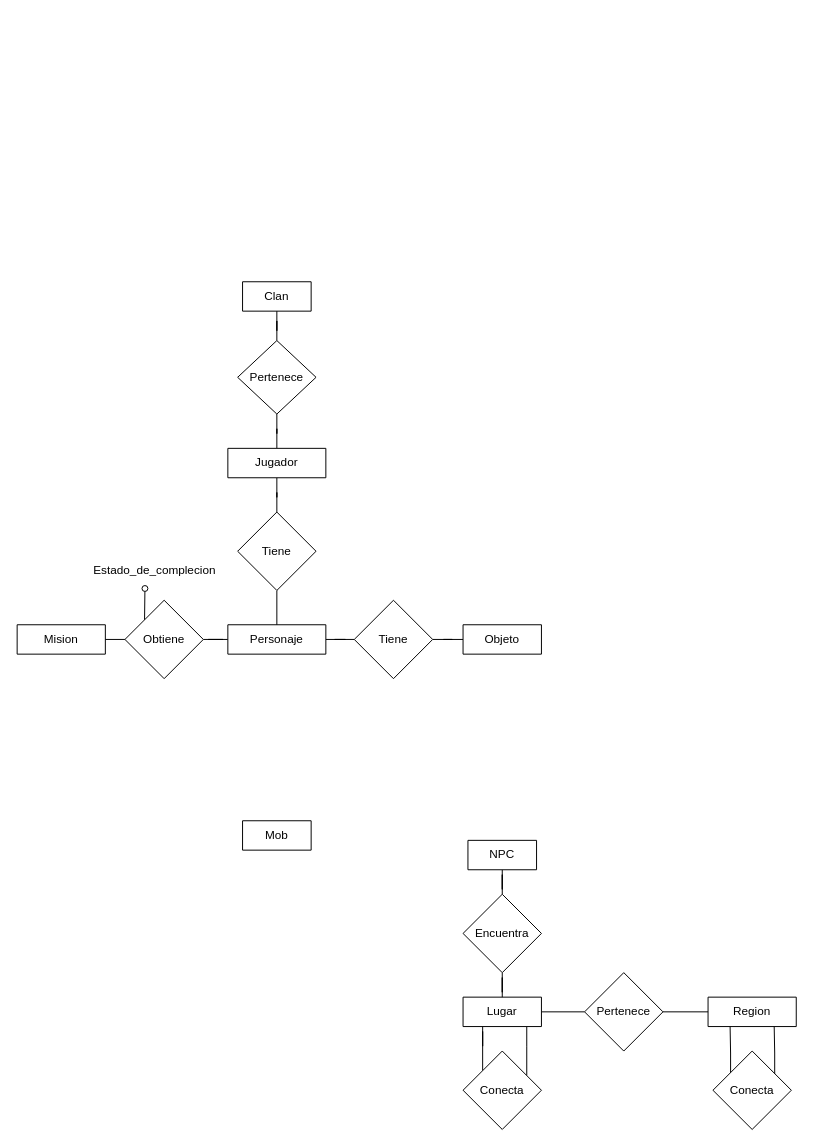
Earlier version of the draw.io diagram Base Datos/Diagramas ER/EloyDelgadoPérez.drawio (Gotrufo-Eloy/Proyectos). Source tidied: cells renumbered, new cells numbered last; positions are measured from the earlier drawing's top-left corner, leaving out a move shared by most shapes. Both pictures are drawn from the tidied source at 98%, with x=0, y=0 at pixel (17, 281).
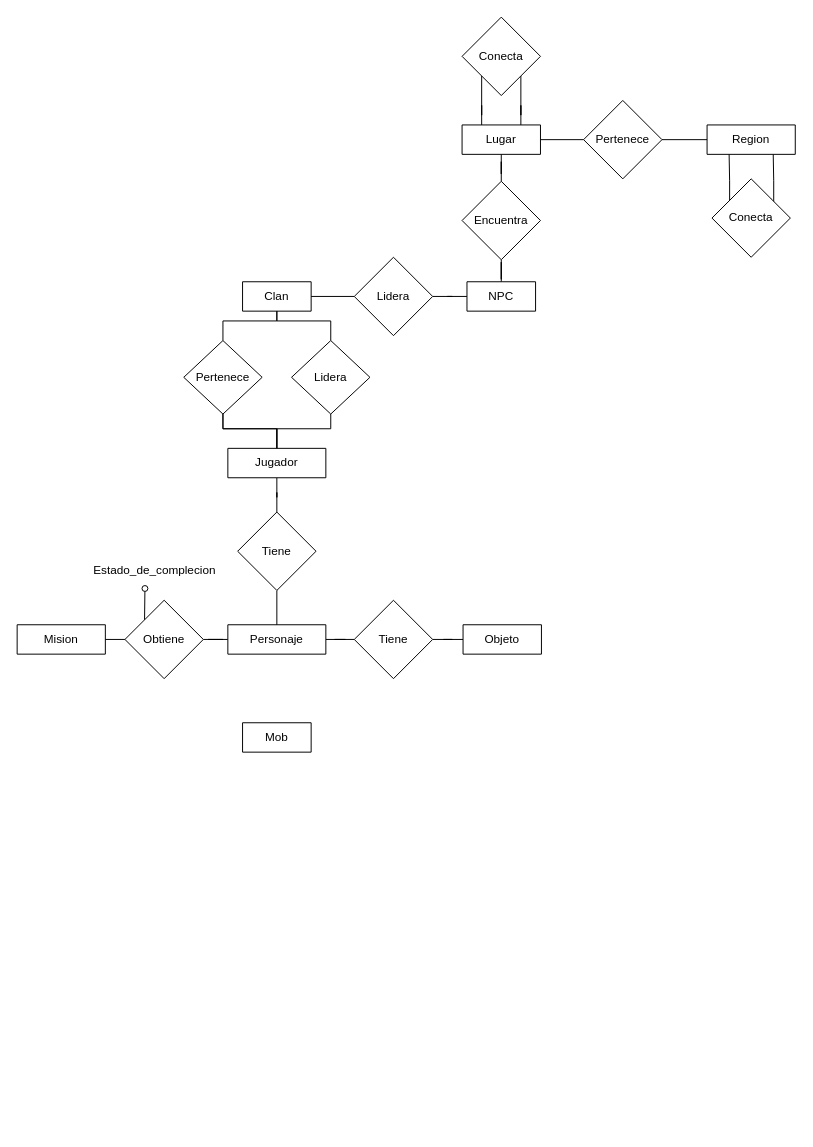
The same page after the edit.

The change refers to these unchanged cells:
```xml
<mxCell id="4" value="Jugador" style="swimlane;fontStyle=0;horizontal=1;startSize=30;whiteSpace=wrap;html=1;" parent="1" vertex="1" collapsed="1">
  <mxGeometry x="215" y="170" width="100" height="30" as="geometry" />
</mxCell>
<mxCell id="18" value="Clan" style="swimlane;fontStyle=0;horizontal=1;startSize=30;whiteSpace=wrap;html=1;" parent="1" vertex="1" collapsed="1">
  <mxGeometry x="230" width="70" height="30" as="geometry" />
</mxCell>
```

The edit, as a diff of the source:
```diff
@@
+    <mxCell id="37" style="edgeStyle=orthogonalEdgeStyle;rounded=0;jettySize=auto;html=1;endArrow=none;endFill=0;" parent="1" edge="1" source="4" target="20">
+      <mxGeometry relative="1" as="geometry" />
+    </mxCell>
@@
     <mxCell id="10" value="Mob" style="swimlane;fontStyle=0;horizontal=1;startSize=30;whiteSpace=wrap;html=1;" parent="1" vertex="1" collapsed="1">
-      <mxGeometry x="230" y="550" width="70" height="30" as="geometry" />
+      <mxGeometry x="230" y="450" width="70" height="30" as="geometry" />
     </mxCell>
@@
     <mxCell id="12" value="Region" style="swimlane;fontStyle=0;horizontal=1;startSize=30;whiteSpace=wrap;html=1;" parent="1" vertex="1" collapsed="1">
-      <mxGeometry x="705" y="730" width="90" height="30" as="geometry" />
+      <mxGeometry x="704" y="-160" width="90" height="30" as="geometry" />
     </mxCell>
@@
-    <mxCell id="14" style="edgeStyle=orthogonalEdgeStyle;rounded=0;jettySize=auto;html=1;endArrow=none;endFill=0;" parent="1" edge="1" source="15" target="33">
-      <mxGeometry relative="1" as="geometry">
-        <Array as="points">
-          <mxPoint x="520" y="780" />
-          <mxPoint x="520" y="780" />
-        </Array>
-      </mxGeometry>
-    </mxCell>
+    <mxCell id="38" style="edgeStyle=orthogonalEdgeStyle;rounded=0;jettySize=auto;html=1;exitX=0.25;exitY=0;exitDx=0;exitDy=0;entryX=0;entryY=1;entryDx=0;entryDy=0;endArrow=none;endFill=0;" parent="1" edge="1" source="15" target="33">
+      <mxGeometry relative="1" as="geometry" />
+    </mxCell>
+    <mxCell id="39" style="edgeStyle=orthogonalEdgeStyle;rounded=0;jettySize=auto;html=1;exitX=0.75;exitY=0;exitDx=0;exitDy=0;entryX=1;entryY=1;entryDx=0;entryDy=0;endArrow=none;endFill=0;" parent="1" edge="1" source="15" target="33">
+      <mxGeometry relative="1" as="geometry" />
+    </mxCell>
     <mxCell id="15" value="Lugar" style="swimlane;fontStyle=0;horizontal=1;startSize=30;whiteSpace=wrap;html=1;" parent="1" vertex="1" collapsed="1">
-      <mxGeometry x="455" y="730" width="80" height="30" as="geometry" />
+      <mxGeometry x="454" y="-160" width="80" height="30" as="geometry" />
     </mxCell>
@@
+    <mxCell id="40" style="edgeStyle=orthogonalEdgeStyle;rounded=0;jettySize=auto;html=1;endArrow=none;endFill=0;entryX=1;entryY=0.5;entryDx=0;entryDy=0;" parent="1" edge="1" source="17" target="45">
+      <mxGeometry relative="1" as="geometry" />
+    </mxCell>
     <mxCell id="17" value="NPC" style="swimlane;fontStyle=0;horizontal=1;startSize=30;whiteSpace=wrap;html=1;" parent="1" vertex="1" collapsed="1">
-      <mxGeometry x="460" y="570" width="70" height="30" as="geometry" />
+      <mxGeometry x="459" width="70" height="30" as="geometry" />
     </mxCell>
@@
     <mxCell id="20" value="Pertenece" style="rhombus;whiteSpace=wrap;html=1;fontStyle=0;startSize=30;" parent="1" vertex="1">
-      <mxGeometry x="225" y="60" width="80" height="75" as="geometry" />
+      <mxGeometry x="170" y="60" width="80" height="75" as="geometry" />
     </mxCell>
@@
     <mxCell id="25" value="Pertenece" style="rhombus;whiteSpace=wrap;html=1;fontStyle=0;startSize=30;" parent="1" vertex="1">
-      <mxGeometry x="579" y="705" width="80" height="80" as="geometry" />
+      <mxGeometry x="578" y="-185" width="80" height="80" as="geometry" />
     </mxCell>
-    <mxCell id="26" style="edgeStyle=orthogonalEdgeStyle;rounded=0;jettySize=auto;html=1;entryX=0.5;entryY=0;entryDx=0;entryDy=0;endArrow=none;endFill=0;" parent="1" edge="1" source="27" target="15">
+    <mxCell id="26" style="edgeStyle=orthogonalEdgeStyle;rounded=0;jettySize=auto;html=1;entryX=0.5;entryY=1;entryDx=0;entryDy=0;endArrow=none;endFill=0;" parent="1" edge="1" source="27" target="15">
       <mxGeometry relative="1" as="geometry" />
     </mxCell>
     <mxCell id="27" value="Encuentra" style="rhombus;whiteSpace=wrap;html=1;fontStyle=0;startSize=30;" parent="1" vertex="1">
-      <mxGeometry x="455" y="625" width="80" height="80" as="geometry" />
+      <mxGeometry x="454" y="-102.5" width="80" height="80" as="geometry" />
     </mxCell>
@@
-    <mxCell id="32" style="edgeStyle=orthogonalEdgeStyle;rounded=0;jettySize=auto;html=1;exitX=0;exitY=0;exitDx=0;exitDy=0;entryX=0.25;entryY=1;entryDx=0;entryDy=0;endArrow=none;endFill=0;" parent="1" edge="1" source="33" target="15">
-      <mxGeometry relative="1" as="geometry" />
-    </mxCell>
     <mxCell id="33" value="Conecta" style="rhombus;whiteSpace=wrap;html=1;fontStyle=0;startSize=30;" parent="1" vertex="1">
-      <mxGeometry x="455" y="785" width="80" height="80" as="geometry" />
+      <mxGeometry x="454" y="-270" width="80" height="80" as="geometry" />
     </mxCell>
     <mxCell id="34" style="edgeStyle=orthogonalEdgeStyle;rounded=0;jettySize=auto;html=1;exitX=1;exitY=0;exitDx=0;exitDy=0;entryX=0.75;entryY=1;entryDx=0;entryDy=0;endArrow=none;endFill=0;" parent="1" edge="1" source="36" target="12">
       <mxGeometry relative="1" as="geometry">
         <Array as="points">
-          <mxPoint x="773" y="835" />
-          <mxPoint x="773" y="787" />
-          <mxPoint x="772" y="787" />
+          <mxPoint x="772" y="-55" />
+          <mxPoint x="772" y="-103" />
+          <mxPoint x="771" y="-103" />
         </Array>
       </mxGeometry>
     </mxCell>
     <mxCell id="35" style="edgeStyle=orthogonalEdgeStyle;rounded=0;jettySize=auto;html=1;exitX=0;exitY=0;exitDx=0;exitDy=0;entryX=0.25;entryY=1;entryDx=0;entryDy=0;endArrow=none;endFill=0;" parent="1" edge="1" source="36" target="12">
       <mxGeometry relative="1" as="geometry">
         <Array as="points">
-          <mxPoint x="728" y="835" />
-          <mxPoint x="728" y="787" />
-          <mxPoint x="727" y="787" />
+          <mxPoint x="727" y="-55" />
+          <mxPoint x="727" y="-103" />
+          <mxPoint x="726" y="-103" />
         </Array>
       </mxGeometry>
     </mxCell>
     <mxCell id="36" value="Conecta" style="rhombus;whiteSpace=wrap;html=1;fontStyle=0;startSize=30;" parent="1" vertex="1">
-      <mxGeometry x="710" y="785" width="80" height="80" as="geometry" />
+      <mxGeometry x="709" y="-105" width="80" height="80" as="geometry" />
     </mxCell>
+    <mxCell id="41" style="edgeStyle=orthogonalEdgeStyle;rounded=0;jettySize=auto;html=1;entryX=0.5;entryY=1;entryDx=0;entryDy=0;endArrow=none;endFill=0;" parent="1" edge="1" source="43" target="18">
+      <mxGeometry relative="1" as="geometry" />
+    </mxCell>
+    <mxCell id="42" style="edgeStyle=orthogonalEdgeStyle;rounded=0;jettySize=auto;html=1;entryX=0.5;entryY=0;entryDx=0;entryDy=0;endArrow=none;endFill=0;" parent="1" edge="1" source="43" target="4">
+      <mxGeometry relative="1" as="geometry">
+        <Array as="points">
+          <mxPoint x="320" y="150" />
+          <mxPoint x="265" y="150" />
+        </Array>
+      </mxGeometry>
+    </mxCell>
+    <mxCell id="43" value="Lidera" style="rhombus;whiteSpace=wrap;html=1;fontStyle=0;startSize=30;" parent="1" vertex="1">
+      <mxGeometry x="280" y="60" width="80" height="75" as="geometry" />
+    </mxCell>
+    <mxCell id="44" style="edgeStyle=orthogonalEdgeStyle;rounded=0;jettySize=auto;html=1;entryX=1;entryY=0.5;entryDx=0;entryDy=0;endArrow=none;endFill=0;" parent="1" edge="1" source="45" target="18">
+      <mxGeometry relative="1" as="geometry" />
+    </mxCell>
+    <mxCell id="45" value="Lidera" style="rhombus;whiteSpace=wrap;html=1;fontStyle=0;startSize=30;" parent="1" vertex="1">
+      <mxGeometry x="344" y="-25" width="80" height="80" as="geometry" />
+    </mxCell>
```
